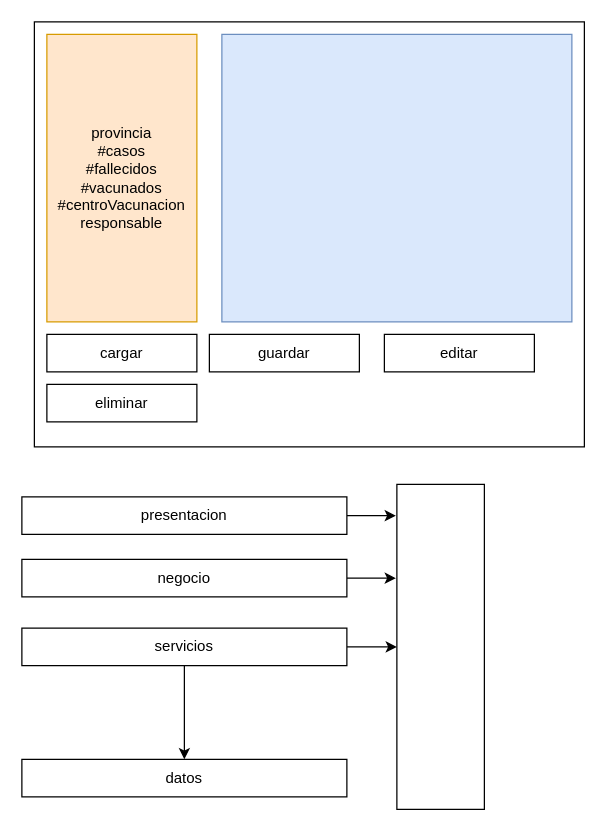
Earlier version of the draw.io diagram diagramas.drawio (leninrkb/CasosCovid). Source tidied: cells renumbered, new cells numbered last; positions are measured from the earlier drawing's top-left corner, leaving out a move shared by most shapes. Both pictures are drawn from the tidied source at 125%, with x=0, y=0 at pixel (21, 21).
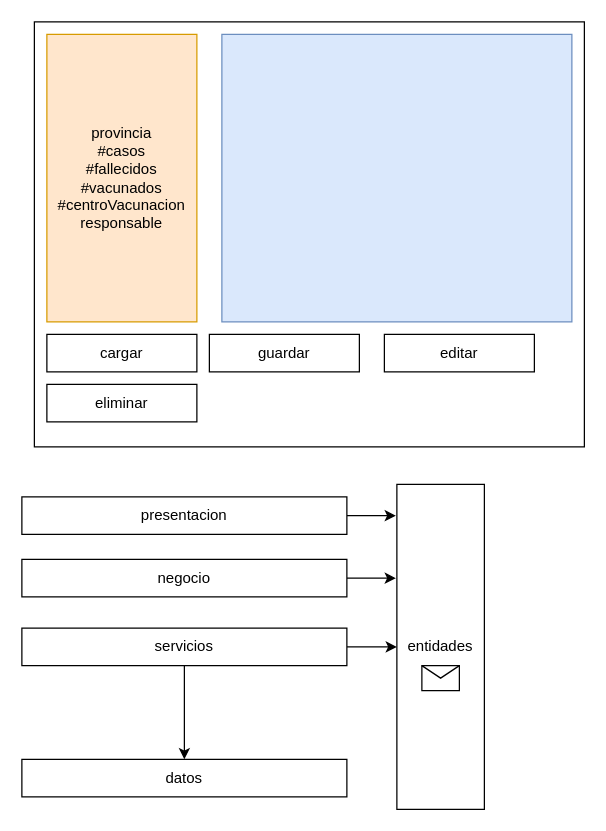
The same page after the edit.

Diff of the diagram source:
```diff
@@
 <mxGraphModel>
   <root>
     <mxCell id="0" />
     <mxCell id="1" parent="0" />
     <mxCell id="2" style="rounded=0;whiteSpace=wrap;html=1;" parent="1" vertex="1">
       <mxGeometry x="10" width="440" height="340" as="geometry" />
     </mxCell>
     <mxCell id="3" style="rounded=0;whiteSpace=wrap;html=1;fillColor=#dae8fc;strokeColor=#6c8ebf;" parent="1" vertex="1">
       <mxGeometry x="160" y="10" width="280" height="230" as="geometry" />
     </mxCell>
     <mxCell id="4" value="provincia&lt;br&gt;#casos&lt;br&gt;#fallecidos&lt;br&gt;#vacunados&lt;br&gt;#centroVacunacion&lt;br&gt;responsable" style="rounded=0;whiteSpace=wrap;html=1;fillColor=#ffe6cc;strokeColor=#d79b00;" parent="1" vertex="1">
       <mxGeometry x="20" y="10" width="120" height="230" as="geometry" />
     </mxCell>
     <mxCell id="5" value="cargar" style="rounded=0;whiteSpace=wrap;html=1;" parent="1" vertex="1">
       <mxGeometry x="20" y="250" width="120" height="30" as="geometry" />
     </mxCell>
     <mxCell id="6" value="guardar" style="rounded=0;whiteSpace=wrap;html=1;" parent="1" vertex="1">
       <mxGeometry x="150" y="250" width="120" height="30" as="geometry" />
     </mxCell>
     <mxCell id="7" value="editar" style="rounded=0;whiteSpace=wrap;html=1;" parent="1" vertex="1">
       <mxGeometry x="290" y="250" width="120" height="30" as="geometry" />
     </mxCell>
     <mxCell id="8" value="eliminar" style="rounded=0;whiteSpace=wrap;html=1;" parent="1" vertex="1">
       <mxGeometry x="20" y="290" width="120" height="30" as="geometry" />
     </mxCell>
     <mxCell id="9" style="edgeStyle=orthogonalEdgeStyle;rounded=0;jettySize=auto;html=1;exitX=1;exitY=0.5;exitDx=0;exitDy=0;entryX=-0.011;entryY=0.097;entryDx=0;entryDy=0;entryPerimeter=0;" parent="1" edge="1" source="10" target="11">
       <mxGeometry relative="1" as="geometry" />
     </mxCell>
     <mxCell id="10" value="presentacion" style="rounded=0;whiteSpace=wrap;html=1;" parent="1" vertex="1">
       <mxGeometry y="380" width="260" height="30" as="geometry" />
     </mxCell>
-    <mxCell id="11" style="rounded=0;whiteSpace=wrap;html=1;" parent="1" vertex="1">
+    <mxCell id="11" value="entidades" style="rounded=0;whiteSpace=wrap;html=1;" parent="1" vertex="1">
       <mxGeometry x="300" y="370" width="70" height="260" as="geometry" />
     </mxCell>
     <mxCell id="12" style="edgeStyle=orthogonalEdgeStyle;rounded=0;jettySize=auto;html=1;exitX=1;exitY=0.5;exitDx=0;exitDy=0;entryX=-0.011;entryY=0.285;entryDx=0;entryDy=0;entryPerimeter=0;" parent="1" edge="1" source="13" target="11">
       <mxGeometry relative="1" as="geometry" />
     </mxCell>
     <mxCell id="13" value="negocio" style="rounded=0;whiteSpace=wrap;html=1;" parent="1" vertex="1">
       <mxGeometry y="430" width="260" height="30" as="geometry" />
     </mxCell>
     <mxCell id="14" style="edgeStyle=orthogonalEdgeStyle;rounded=0;jettySize=auto;html=1;exitX=0.5;exitY=1;exitDx=0;exitDy=0;entryX=0.5;entryY=0;entryDx=0;entryDy=0;" parent="1" edge="1" source="16" target="17">
       <mxGeometry relative="1" as="geometry" />
     </mxCell>
     <mxCell id="15" style="edgeStyle=orthogonalEdgeStyle;rounded=0;jettySize=auto;html=1;exitX=1;exitY=0.5;exitDx=0;exitDy=0;entryX=0;entryY=0.5;entryDx=0;entryDy=0;" parent="1" edge="1" source="16" target="11">
       <mxGeometry relative="1" as="geometry" />
     </mxCell>
     <mxCell id="16" value="servicios" style="rounded=0;whiteSpace=wrap;html=1;" parent="1" vertex="1">
       <mxGeometry y="485" width="260" height="30" as="geometry" />
     </mxCell>
     <mxCell id="17" value="datos" style="rounded=0;whiteSpace=wrap;html=1;" parent="1" vertex="1">
       <mxGeometry y="590" width="260" height="30" as="geometry" />
     </mxCell>
+    <mxCell id="18" style="shape=message;html=1;whiteSpace=wrap;html=1;" parent="1" vertex="1">
+      <mxGeometry x="320" y="515" width="30" height="20" as="geometry" />
+    </mxCell>
   </root>
 </mxGraphModel>
```
